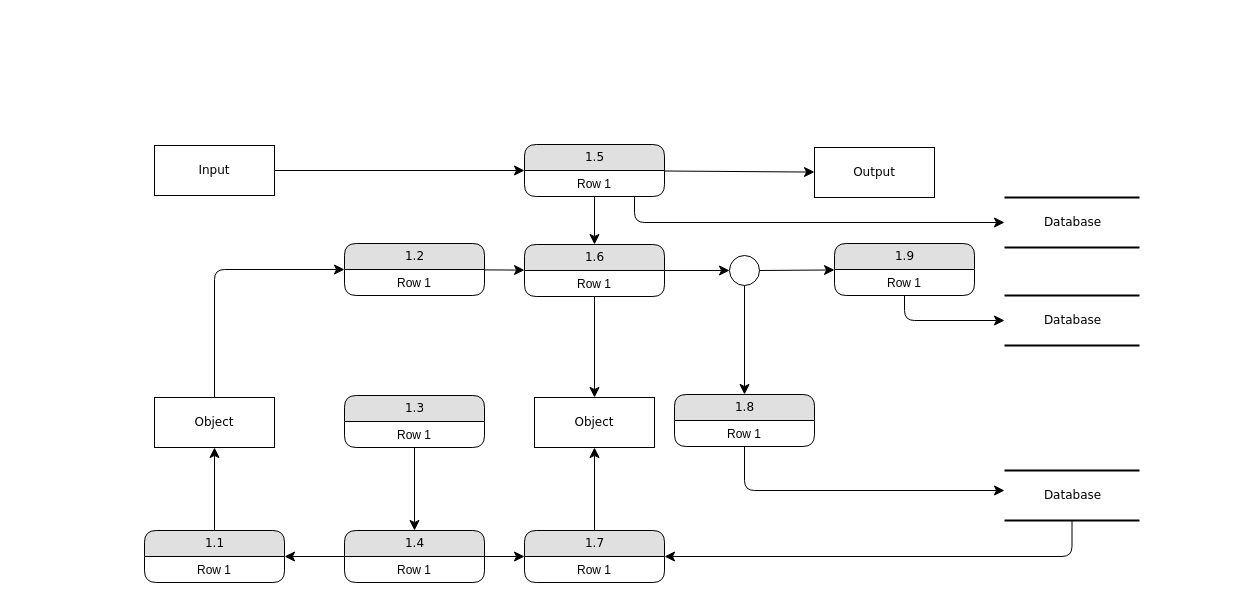
Above: flow/上报数据.drawio in 514094388/Hms-ER (draw.io), before the change. Source tidied: cells renumbered, new cells numbered last; positions are measured from the earlier drawing's top-left corner, leaving out a move shared by most shapes. Both pictures are drawn from the tidied source at 100%, with x=0, y=0 at pixel (144, 144).
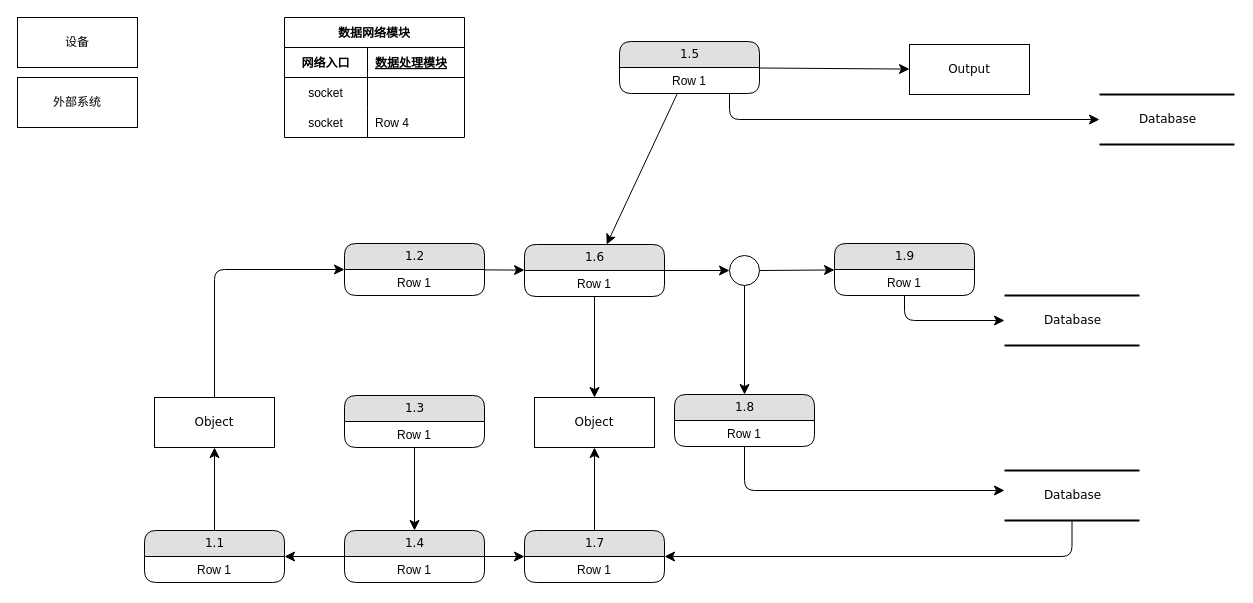
The same diagram, later.

Commit message:
更新上报数据.drawio

What changed in the source:
```diff
@@
     <mxCell id="2" value="Database" style="html=1;rounded=0;shadow=0;comic=0;labelBackgroundColor=none;strokeWidth=2;fontFamily=Verdana;fontSize=12;align=center;shape=mxgraph.ios7ui.horLines;" parent="1" vertex="1">
-      <mxGeometry x="860" y="53" width="135" height="50" as="geometry" />
+      <mxGeometry x="955" y="-50" width="135" height="50" as="geometry" />
     </mxCell>
@@
     <mxCell id="4" value="Output" style="whiteSpace=wrap;html=1;rounded=0;shadow=0;comic=0;labelBackgroundColor=none;strokeWidth=1;fontFamily=Verdana;fontSize=12;align=center;" parent="1" vertex="1">
-      <mxGeometry x="670" y="3" width="120" height="50" as="geometry" />
+      <mxGeometry x="765" y="-100" width="120" height="50" as="geometry" />
     </mxCell>
-    <mxCell id="5" style="edgeStyle=none;html=1;labelBackgroundColor=none;startFill=0;startSize=8;endFill=1;endSize=8;fontFamily=Verdana;fontSize=12;" parent="1" edge="1" source="6" target="10">
-      <mxGeometry relative="1" as="geometry" />
-    </mxCell>
-    <mxCell id="6" value="Input" style="whiteSpace=wrap;html=1;rounded=0;shadow=0;comic=0;labelBackgroundColor=none;strokeWidth=1;fontFamily=Verdana;fontSize=12;align=center;" parent="1" vertex="1">
-      <mxGeometry x="10" y="1" width="120" height="50" as="geometry" />
+    <mxCell id="6" value="设备" style="whiteSpace=wrap;html=1;rounded=0;shadow=0;comic=0;labelBackgroundColor=none;strokeWidth=1;fontFamily=Verdana;fontSize=12;align=center;" parent="1" vertex="1">
+      <mxGeometry x="-127" y="-127" width="120" height="50" as="geometry" />
     </mxCell>
@@
     <mxCell id="9" style="edgeStyle=orthogonalEdgeStyle;html=1;labelBackgroundColor=none;startFill=0;startSize=8;endFill=1;endSize=8;fontFamily=Verdana;fontSize=12;" parent="1" edge="1" source="10" target="2">
       <mxGeometry relative="1" as="geometry">
         <Array as="points">
-          <mxPoint x="490" y="78" />
+          <mxPoint x="585" y="-25" />
         </Array>
       </mxGeometry>
     </mxCell>
     <mxCell id="10" value="1.5" style="swimlane;html=1;fontStyle=0;horizontal=1;startSize=26;fillColor=#e0e0e0;swimlaneFillColor=#ffffff;align=center;rounded=1;shadow=0;comic=0;labelBackgroundColor=none;strokeWidth=1;fontFamily=Verdana;fontSize=12;" parent="1" vertex="1">
-      <mxGeometry x="380" width="140" height="52" as="geometry" />
+      <mxGeometry x="475" y="-103" width="140" height="52" as="geometry" />
     </mxCell>
@@
+    <mxCell id="46" value="外部系统" style="whiteSpace=wrap;html=1;rounded=0;shadow=0;comic=0;labelBackgroundColor=none;strokeWidth=1;fontFamily=Verdana;fontSize=12;align=center;" parent="1" vertex="1">
+      <mxGeometry x="-127" y="-67" width="120" height="50" as="geometry" />
+    </mxCell>
+    <mxCell id="47" value="数据网络模块" style="shape=table;startSize=30;childLayout=tableLayout;rowLines=0;fontStyle=1;align=center;" parent="1" vertex="1">
+      <mxGeometry x="140" y="-127" width="180" height="120" as="geometry" />
+    </mxCell>
+    <mxCell id="48" style="shape=tableRow;horizontal=0;startSize=0;swimlaneHead=0;swimlaneBody=0;fillColor=none;top=0;left=0;right=0;bottom=1;" parent="47" vertex="1">
+      <mxGeometry y="30" width="180" height="30" as="geometry" />
+    </mxCell>
+    <mxCell id="49" value="网络入口" style="shape=partialRectangle;fillColor=none;top=0;left=0;bottom=0;right=0;fontStyle=1;overflow=hidden;" parent="48" vertex="1">
+      <mxGeometry width="83" height="30" as="geometry" />
+    </mxCell>
+    <mxCell id="50" value="数据处理模块" style="shape=partialRectangle;fillColor=none;top=0;left=0;bottom=0;right=0;align=left;spacingLeft=6;fontStyle=5;overflow=hidden;" parent="48" vertex="1">
+      <mxGeometry x="83" width="97" height="30" as="geometry" />
+    </mxCell>
+    <mxCell id="51" style="shape=tableRow;horizontal=0;startSize=0;swimlaneHead=0;swimlaneBody=0;fillColor=none;top=0;left=0;right=0;bottom=0;" parent="47" vertex="1">
+      <mxGeometry y="60" width="180" height="30" as="geometry" />
+    </mxCell>
+    <mxCell id="52" value="socket" style="shape=partialRectangle;fillColor=none;top=0;left=0;bottom=0;right=0;overflow=hidden;" parent="51" vertex="1">
+      <mxGeometry width="83" height="30" as="geometry" />
+    </mxCell>
+    <mxCell id="53" style="shape=partialRectangle;fillColor=none;top=0;left=0;bottom=0;right=0;align=left;spacingLeft=6;overflow=hidden;" parent="51" vertex="1">
+      <mxGeometry x="83" width="97" height="30" as="geometry" />
+    </mxCell>
+    <mxCell id="54" style="shape=tableRow;horizontal=0;startSize=0;swimlaneHead=0;swimlaneBody=0;fillColor=none;top=0;left=0;right=0;bottom=0;" parent="47" vertex="1">
+      <mxGeometry y="90" width="180" height="30" as="geometry" />
+    </mxCell>
+    <mxCell id="55" value="socket" style="shape=partialRectangle;fillColor=none;top=0;left=0;bottom=0;right=0;overflow=hidden;" parent="54" vertex="1">
+      <mxGeometry width="83" height="30" as="geometry" />
+    </mxCell>
+    <mxCell id="56" value="Row 4" style="shape=partialRectangle;fillColor=none;top=0;left=0;bottom=0;right=0;align=left;spacingLeft=6;overflow=hidden;" parent="54" vertex="1">
+      <mxGeometry x="83" width="97" height="30" as="geometry" />
+    </mxCell>
```
